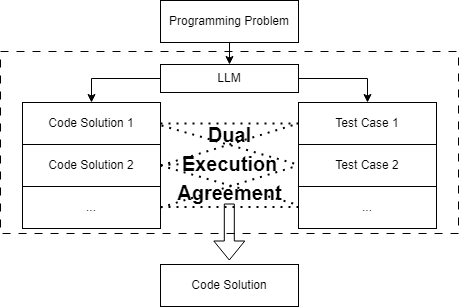
Above: Figures/codet.png in darklambda/MasterThesis2024 (draw.io), before the change. Source tidied: cells renumbered, new cells last; positions are measured from the earlier drawing's top-left corner, leaving out a move shared by most shapes. Its diagram source:
```xml
<mxGraphModel background="#ffffff">
  <root>
    <mxCell id="0" />
    <mxCell id="1" parent="0" />
    <mxCell id="2" style="rounded=0;whiteSpace=wrap;html=1;dashed=1;dashPattern=8 8;" parent="1" vertex="1">
      <mxGeometry y="51" width="458" height="182" as="geometry" />
    </mxCell>
    <mxCell id="3" value="Programming Problem" style="rounded=0;whiteSpace=wrap;html=1;" parent="1" vertex="1">
      <mxGeometry x="160" width="138" height="42" as="geometry" />
    </mxCell>
    <mxCell id="4" value="LLM" style="rounded=0;whiteSpace=wrap;html=1;" parent="1" vertex="1">
      <mxGeometry x="160" y="64" width="138" height="28" as="geometry" />
    </mxCell>
    <mxCell id="5" value="Code Solution 1" style="rounded=0;whiteSpace=wrap;html=1;" parent="1" vertex="1">
      <mxGeometry x="22" y="102" width="138" height="42" as="geometry" />
    </mxCell>
    <mxCell id="6" value="Code Solution 2" style="rounded=0;whiteSpace=wrap;html=1;" parent="1" vertex="1">
      <mxGeometry x="22" y="144" width="138" height="42" as="geometry" />
    </mxCell>
    <mxCell id="7" value="..." style="rounded=0;whiteSpace=wrap;html=1;" parent="1" vertex="1">
      <mxGeometry x="22" y="186" width="138" height="42" as="geometry" />
    </mxCell>
    <mxCell id="8" value="Test Case 1" style="rounded=0;whiteSpace=wrap;html=1;" parent="1" vertex="1">
      <mxGeometry x="298" y="102" width="138" height="42" as="geometry" />
    </mxCell>
    <mxCell id="9" value="Test Case 2" style="rounded=0;whiteSpace=wrap;html=1;" parent="1" vertex="1">
      <mxGeometry x="298" y="144" width="138" height="42" as="geometry" />
    </mxCell>
    <mxCell id="10" value="..." style="rounded=0;whiteSpace=wrap;html=1;" parent="1" vertex="1">
      <mxGeometry x="298" y="186" width="138" height="42" as="geometry" />
    </mxCell>
    <mxCell id="11" style="endArrow=classic;html=1;rounded=0;exitX=0.5;exitY=1;exitDx=0;exitDy=0;entryX=0.5;entryY=0;entryDx=0;entryDy=0;" parent="1" edge="1" source="3" target="4">
      <mxGeometry relative="1" as="geometry" />
    </mxCell>
    <mxCell id="12" style="endArrow=classic;html=1;rounded=0;exitX=1;exitY=0.5;exitDx=0;exitDy=0;entryX=0.5;entryY=0;entryDx=0;entryDy=0;" parent="1" edge="1" source="4" target="8">
      <mxGeometry relative="1" as="geometry">
        <Array as="points">
          <mxPoint x="367" y="78" />
        </Array>
      </mxGeometry>
    </mxCell>
    <mxCell id="13" value="Code Solution" style="rounded=0;whiteSpace=wrap;html=1;" parent="1" vertex="1">
      <mxGeometry x="160" y="264" width="138" height="42" as="geometry" />
    </mxCell>
    <mxCell id="14" style="endArrow=none;dashed=1;html=1;dashPattern=1 3;strokeWidth=2;rounded=0;exitX=1;exitY=0.5;exitDx=0;exitDy=0;entryX=0;entryY=0.5;entryDx=0;entryDy=0;" parent="1" edge="1" source="5" target="8">
      <mxGeometry relative="1" as="geometry" />
    </mxCell>
    <mxCell id="15" style="endArrow=none;dashed=1;html=1;dashPattern=1 3;strokeWidth=2;rounded=0;exitX=1;exitY=0.5;exitDx=0;exitDy=0;entryX=0;entryY=0.5;entryDx=0;entryDy=0;" parent="1" edge="1">
      <mxGeometry relative="1" as="geometry">
        <mxPoint x="160" y="206.5" as="sourcePoint" />
        <mxPoint x="298" y="206.5" as="targetPoint" />
      </mxGeometry>
    </mxCell>
    <mxCell id="16" style="endArrow=none;dashed=1;html=1;dashPattern=1 3;strokeWidth=2;rounded=0;exitX=1;exitY=0.5;exitDx=0;exitDy=0;" parent="1" edge="1" source="6">
      <mxGeometry relative="1" as="geometry">
        <mxPoint x="296" y="204" as="targetPoint" />
      </mxGeometry>
    </mxCell>
    <mxCell id="17" style="endArrow=none;dashed=1;html=1;dashPattern=1 3;strokeWidth=2;rounded=0;exitX=1;exitY=0.5;exitDx=0;exitDy=0;" parent="1" edge="1">
      <mxGeometry relative="1" as="geometry">
        <mxPoint x="161" y="125" as="sourcePoint" />
        <mxPoint x="297" y="164" as="targetPoint" />
      </mxGeometry>
    </mxCell>
    <mxCell id="18" style="endArrow=none;dashed=1;html=1;dashPattern=1 3;strokeWidth=2;rounded=0;exitX=1;exitY=0.5;exitDx=0;exitDy=0;entryX=0;entryY=0.5;entryDx=0;entryDy=0;" parent="1" edge="1" source="7" target="9">
      <mxGeometry relative="1" as="geometry" />
    </mxCell>
    <mxCell id="19" style="endArrow=none;dashed=1;html=1;dashPattern=1 3;strokeWidth=2;rounded=0;exitX=1;exitY=0.5;exitDx=0;exitDy=0;entryX=0;entryY=0.5;entryDx=0;entryDy=0;" parent="1" edge="1" source="6" target="8">
      <mxGeometry relative="1" as="geometry" />
    </mxCell>
    <mxCell id="20" style="endArrow=none;dashed=1;html=1;dashPattern=1 3;strokeWidth=2;rounded=0;exitX=1;exitY=0.5;exitDx=0;exitDy=0;entryX=0;entryY=0.5;entryDx=0;entryDy=0;" parent="1" edge="1" target="21">
      <mxGeometry relative="1" as="geometry">
        <mxPoint x="160" y="164.5" as="sourcePoint" />
      </mxGeometry>
    </mxCell>
    <mxCell id="21" value="&lt;font style=&quot;font-size: 20px;&quot;&gt;Dual&lt;br&gt;Execution&lt;br&gt;Agreement&lt;/font&gt;" style="text;strokeColor=none;fillColor=none;html=1;fontSize=24;fontStyle=1;verticalAlign=middle;align=center;" parent="1" vertex="1">
      <mxGeometry x="199.5" y="156" width="59" height="14" as="geometry" />
    </mxCell>
    <mxCell id="22" style="shape=flexArrow;endArrow=classic;html=1;rounded=0;" parent="1" edge="1">
      <mxGeometry relative="1" as="geometry">
        <mxPoint x="228.8" y="203" as="sourcePoint" />
        <mxPoint x="228.8" y="260" as="targetPoint" />
      </mxGeometry>
    </mxCell>
    <mxCell id="23" style="endArrow=classic;html=1;rounded=0;exitX=0;exitY=0.5;exitDx=0;exitDy=0;entryX=0.5;entryY=0;entryDx=0;entryDy=0;" parent="1" edge="1" source="4">
      <mxGeometry relative="1" as="geometry">
        <mxPoint x="91" y="102" as="targetPoint" />
        <Array as="points">
          <mxPoint x="91" y="78" />
        </Array>
      </mxGeometry>
    </mxCell>
  </root>
</mxGraphModel>
```
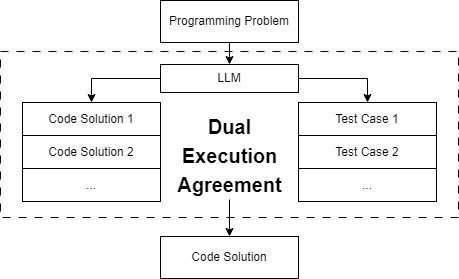
After the change.

What changed in the source:
```diff
@@ -3,7 +3,7 @@
     <mxCell id="0" />
     <mxCell id="1" parent="0" />
     <mxCell id="2" style="rounded=0;whiteSpace=wrap;html=1;dashed=1;dashPattern=8 8;" parent="1" vertex="1">
-      <mxGeometry y="51" width="458" height="182" as="geometry" />
+      <mxGeometry y="51" width="458" height="166" as="geometry" />
     </mxCell>
     <mxCell id="3" value="Programming Problem" style="rounded=0;whiteSpace=wrap;html=1;" parent="1" vertex="1">
       <mxGeometry x="160" width="138" height="42" as="geometry" />
@@ -12,76 +12,25 @@
       <mxGeometry x="160" y="64" width="138" height="28" as="geometry" />
     </mxCell>
     <mxCell id="5" value="Code Solution 1" style="rounded=0;whiteSpace=wrap;html=1;" parent="1" vertex="1">
-      <mxGeometry x="22" y="102" width="138" height="42" as="geometry" />
+      <mxGeometry x="22" y="102" width="138" height="33" as="geometry" />
     </mxCell>
-    <mxCell id="6" value="Code Solution 2" style="rounded=0;whiteSpace=wrap;html=1;" parent="1" vertex="1">
-      <mxGeometry x="22" y="144" width="138" height="42" as="geometry" />
-    </mxCell>
-    <mxCell id="7" value="..." style="rounded=0;whiteSpace=wrap;html=1;" parent="1" vertex="1">
-      <mxGeometry x="22" y="186" width="138" height="42" as="geometry" />
-    </mxCell>
-    <mxCell id="8" value="Test Case 1" style="rounded=0;whiteSpace=wrap;html=1;" parent="1" vertex="1">
-      <mxGeometry x="298" y="102" width="138" height="42" as="geometry" />
-    </mxCell>
-    <mxCell id="9" value="Test Case 2" style="rounded=0;whiteSpace=wrap;html=1;" parent="1" vertex="1">
-      <mxGeometry x="298" y="144" width="138" height="42" as="geometry" />
-    </mxCell>
-    <mxCell id="10" value="..." style="rounded=0;whiteSpace=wrap;html=1;" parent="1" vertex="1">
-      <mxGeometry x="298" y="186" width="138" height="42" as="geometry" />
-    </mxCell>
     <mxCell id="11" style="endArrow=classic;html=1;rounded=0;exitX=0.5;exitY=1;exitDx=0;exitDy=0;entryX=0.5;entryY=0;entryDx=0;entryDy=0;" parent="1" edge="1" source="3" target="4">
       <mxGeometry relative="1" as="geometry" />
     </mxCell>
-    <mxCell id="12" style="endArrow=classic;html=1;rounded=0;exitX=1;exitY=0.5;exitDx=0;exitDy=0;entryX=0.5;entryY=0;entryDx=0;entryDy=0;" parent="1" edge="1" source="4" target="8">
+    <mxCell id="12" style="endArrow=classic;html=1;rounded=0;exitX=1;exitY=0.5;exitDx=0;exitDy=0;entryX=0.5;entryY=0;entryDx=0;entryDy=0;" parent="1" edge="1" source="4">
       <mxGeometry relative="1" as="geometry">
+        <mxPoint x="367" y="102" as="targetPoint" />
         <Array as="points">
           <mxPoint x="367" y="78" />
         </Array>
       </mxGeometry>
     </mxCell>
     <mxCell id="13" value="Code Solution" style="rounded=0;whiteSpace=wrap;html=1;" parent="1" vertex="1">
-      <mxGeometry x="160" y="264" width="138" height="42" as="geometry" />
+      <mxGeometry x="160" y="236" width="138" height="42" as="geometry" />
     </mxCell>
-    <mxCell id="14" style="endArrow=none;dashed=1;html=1;dashPattern=1 3;strokeWidth=2;rounded=0;exitX=1;exitY=0.5;exitDx=0;exitDy=0;entryX=0;entryY=0.5;entryDx=0;entryDy=0;" parent="1" edge="1" source="5" target="8">
-      <mxGeometry relative="1" as="geometry" />
-    </mxCell>
-    <mxCell id="15" style="endArrow=none;dashed=1;html=1;dashPattern=1 3;strokeWidth=2;rounded=0;exitX=1;exitY=0.5;exitDx=0;exitDy=0;entryX=0;entryY=0.5;entryDx=0;entryDy=0;" parent="1" edge="1">
-      <mxGeometry relative="1" as="geometry">
-        <mxPoint x="160" y="206.5" as="sourcePoint" />
-        <mxPoint x="298" y="206.5" as="targetPoint" />
-      </mxGeometry>
-    </mxCell>
-    <mxCell id="16" style="endArrow=none;dashed=1;html=1;dashPattern=1 3;strokeWidth=2;rounded=0;exitX=1;exitY=0.5;exitDx=0;exitDy=0;" parent="1" edge="1" source="6">
-      <mxGeometry relative="1" as="geometry">
-        <mxPoint x="296" y="204" as="targetPoint" />
-      </mxGeometry>
-    </mxCell>
-    <mxCell id="17" style="endArrow=none;dashed=1;html=1;dashPattern=1 3;strokeWidth=2;rounded=0;exitX=1;exitY=0.5;exitDx=0;exitDy=0;" parent="1" edge="1">
-      <mxGeometry relative="1" as="geometry">
-        <mxPoint x="161" y="125" as="sourcePoint" />
-        <mxPoint x="297" y="164" as="targetPoint" />
-      </mxGeometry>
-    </mxCell>
-    <mxCell id="18" style="endArrow=none;dashed=1;html=1;dashPattern=1 3;strokeWidth=2;rounded=0;exitX=1;exitY=0.5;exitDx=0;exitDy=0;entryX=0;entryY=0.5;entryDx=0;entryDy=0;" parent="1" edge="1" source="7" target="9">
-      <mxGeometry relative="1" as="geometry" />
-    </mxCell>
-    <mxCell id="19" style="endArrow=none;dashed=1;html=1;dashPattern=1 3;strokeWidth=2;rounded=0;exitX=1;exitY=0.5;exitDx=0;exitDy=0;entryX=0;entryY=0.5;entryDx=0;entryDy=0;" parent="1" edge="1" source="6" target="8">
-      <mxGeometry relative="1" as="geometry" />
-    </mxCell>
-    <mxCell id="20" style="endArrow=none;dashed=1;html=1;dashPattern=1 3;strokeWidth=2;rounded=0;exitX=1;exitY=0.5;exitDx=0;exitDy=0;entryX=0;entryY=0.5;entryDx=0;entryDy=0;" parent="1" edge="1" target="21">
-      <mxGeometry relative="1" as="geometry">
-        <mxPoint x="160" y="164.5" as="sourcePoint" />
-      </mxGeometry>
-    </mxCell>
     <mxCell id="21" value="&lt;font style=&quot;font-size: 20px;&quot;&gt;Dual&lt;br&gt;Execution&lt;br&gt;Agreement&lt;/font&gt;" style="text;strokeColor=none;fillColor=none;html=1;fontSize=24;fontStyle=1;verticalAlign=middle;align=center;" parent="1" vertex="1">
-      <mxGeometry x="199.5" y="156" width="59" height="14" as="geometry" />
+      <mxGeometry x="199.5" y="148" width="59" height="14" as="geometry" />
     </mxCell>
-    <mxCell id="22" style="shape=flexArrow;endArrow=classic;html=1;rounded=0;" parent="1" edge="1">
-      <mxGeometry relative="1" as="geometry">
-        <mxPoint x="228.8" y="203" as="sourcePoint" />
-        <mxPoint x="228.8" y="260" as="targetPoint" />
-      </mxGeometry>
-    </mxCell>
     <mxCell id="23" style="endArrow=classic;html=1;rounded=0;exitX=0;exitY=0.5;exitDx=0;exitDy=0;entryX=0.5;entryY=0;entryDx=0;entryDy=0;" parent="1" edge="1" source="4">
       <mxGeometry relative="1" as="geometry">
         <mxPoint x="91" y="102" as="targetPoint" />
@@ -90,5 +39,25 @@
         </Array>
       </mxGeometry>
     </mxCell>
+    <mxCell id="6" value="Code Solution 2" style="rounded=0;whiteSpace=wrap;html=1;" parent="1" vertex="1">
+      <mxGeometry x="22" y="135" width="138" height="33" as="geometry" />
+    </mxCell>
+    <mxCell id="24" value="..." style="rounded=0;whiteSpace=wrap;html=1;" parent="1" vertex="1">
+      <mxGeometry x="22" y="168" width="138" height="33" as="geometry" />
+    </mxCell>
+    <mxCell id="8" value="Test Case 1" style="rounded=0;whiteSpace=wrap;html=1;" parent="1" vertex="1">
+      <mxGeometry x="298" y="102" width="138" height="33" as="geometry" />
+    </mxCell>
+    <mxCell id="9" value="Test Case 2" style="rounded=0;whiteSpace=wrap;html=1;" parent="1" vertex="1">
+      <mxGeometry x="298" y="135" width="138" height="33" as="geometry" />
+    </mxCell>
+    <mxCell id="25" value="..." style="rounded=0;whiteSpace=wrap;html=1;" parent="1" vertex="1">
+      <mxGeometry x="298" y="168" width="138" height="33" as="geometry" />
+    </mxCell>
+    <mxCell id="26" style="endArrow=classic;html=1;rounded=0;entryX=0.5;entryY=0;entryDx=0;entryDy=0;" parent="1" edge="1" target="13">
+      <mxGeometry relative="1" as="geometry">
+        <mxPoint x="229" y="199" as="sourcePoint" />
+      </mxGeometry>
+    </mxCell>
   </root>
 </mxGraphModel>
```
